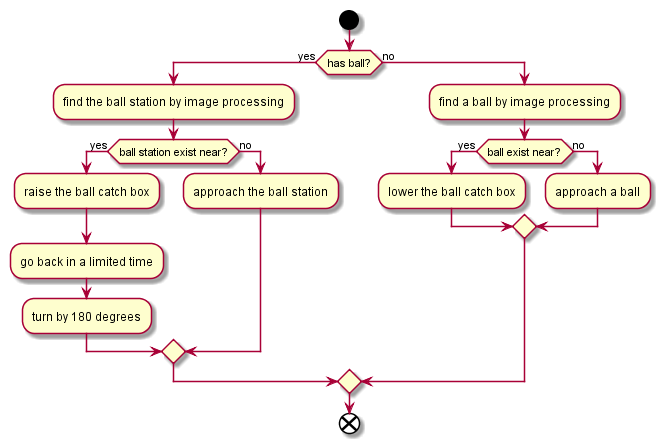
kouya17/robocon2020_collect_ball keeps this PlantUML diagram as design_docs/image/system_activity.png. Above is the earlier version. Source of this version:
```plantuml
@startuml system_activity
start
if (has ball?) then (yes)
  :find the ball station by image processing;
  if (ball station exist near?) then (yes)
    :raise the ball catch box;
    :go back in a limited time;
    :turn by 180 degrees;
  else (no)
    :approach the ball station;
  endif
else (no)
  :find a ball by image processing;
  if (ball exist near?) then (yes)
    :lower the ball catch box;
  else (no)
    :approach a ball;
  endif
endif
end
@enduml
```
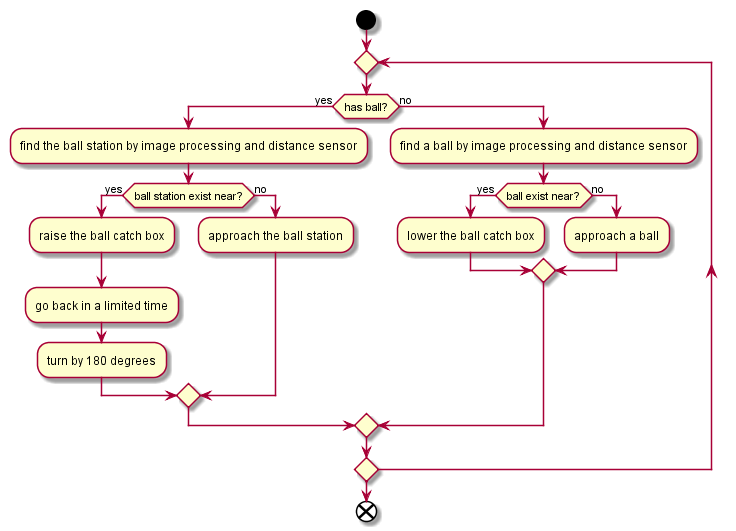
The same file after the commit.

What changed in the source:
```diff
@@ -1,21 +1,23 @@
 @startuml system_activity
 start
-if (has ball?) then (yes)
-  :find the ball station by image processing;
-  if (ball station exist near?) then (yes)
-    :raise the ball catch box;
-    :go back in a limited time;
-    :turn by 180 degrees;
+repeat
+  if (has ball?) then (yes)
+    :find the ball station by image processing and distance sensor;
+    if (ball station exist near?) then (yes)
+      :raise the ball catch box;
+      :go back in a limited time;
+      :turn by 180 degrees;
+    else (no)
+      :approach the ball station;
+    endif
   else (no)
-    :approach the ball station;
+    :find a ball by image processing and distance sensor;
+    if (ball exist near?) then (yes)
+      :lower the ball catch box;
+    else (no)
+      :approach a ball;
+    endif
   endif
-else (no)
-  :find a ball by image processing;
-  if (ball exist near?) then (yes)
-    :lower the ball catch box;
-  else (no)
-    :approach a ball;
-  endif
-endif
+repeat while
 end
 @enduml
```
